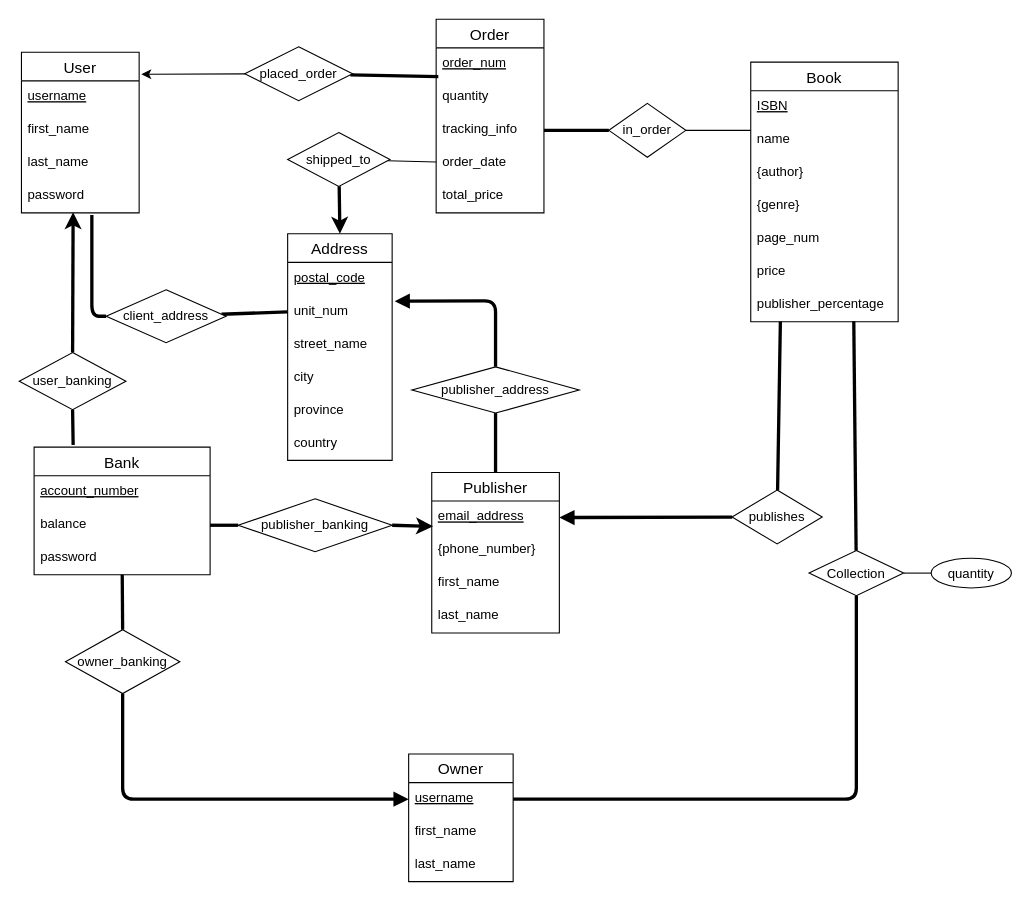
MiniEinsteinD/BookStore keeps this draw.io diagram as Diagrams/2.1 Conceptual Design.drawio. Above is the earlier version. Source tidied: cells renumbered, new cells numbered last; positions are measured from the earlier drawing's top-left corner, leaving out a move shared by most shapes. Both pictures are drawn from the tidied source at 110%, with x=0, y=0 at pixel (19, 19).
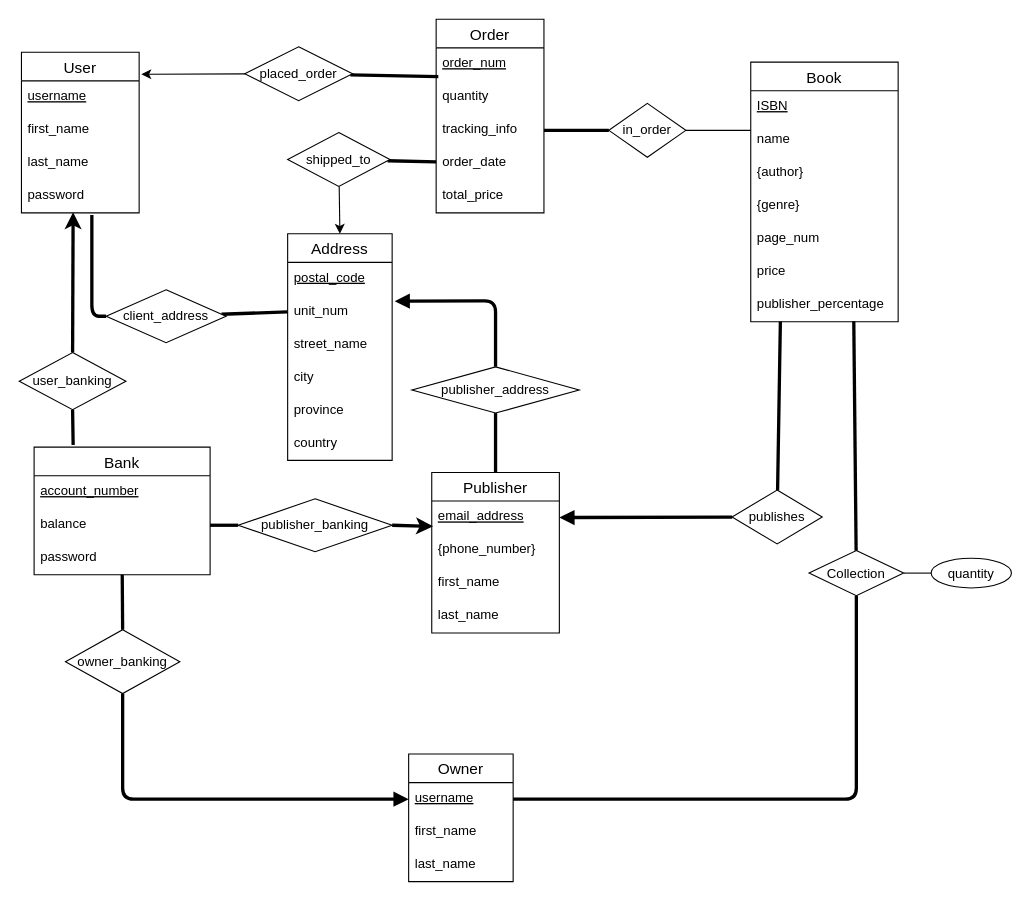
Above is the later version.

Commit message:
sami final er diagram

The change refers to these unchanged cells:
```xml
<mxCell id="27" value="Address" style="swimlane;fontStyle=0;horizontal=1;startSize=26;align=center;fontSize=14;" parent="1" vertex="1">
  <mxGeometry x="244" y="195" width="95" height="206" as="geometry" />
</mxCell>
<mxCell id="62" value="order_date" style="text;strokeColor=none;fillColor=none;spacingLeft=4;spacingRight=4;overflow=hidden;points=[[0,0.5],[1,0.5]];portConstraint=eastwest;fontSize=12;" parent="58" vertex="1">
  <mxGeometry y="116" width="98" height="30" as="geometry" />
</mxCell>
<mxCell id="72" value="shipped_to" style="shape=rhombus;perimeter=rhombusPerimeter;whiteSpace=wrap;html=1;align=center;fontColor=default;" parent="1" vertex="1">
  <mxGeometry x="244" y="103" width="93" height="49" as="geometry" />
</mxCell>
```

The edit, as a diff of the source:
```diff
@@
-    <mxCell id="70" style="edgeStyle=none;html=1;endArrow=none;endFill=0;" parent="1" edge="1" source="72" target="62">
+    <mxCell id="70" style="edgeStyle=none;html=1;endArrow=none;endFill=0;strokeWidth=3;" parent="1" edge="1" source="72" target="62">
       <mxGeometry relative="1" as="geometry" />
     </mxCell>
-    <mxCell id="71" style="edgeStyle=none;html=1;entryX=0.5;entryY=0;entryDx=0;entryDy=0;endArrow=classic;endFill=1;strokeWidth=3;" parent="1" edge="1" source="72" target="27">
+    <mxCell id="71" style="edgeStyle=none;html=1;entryX=0.5;entryY=0;entryDx=0;entryDy=0;endArrow=classic;endFill=1;strokeWidth=1;" parent="1" edge="1" source="72" target="27">
       <mxGeometry relative="1" as="geometry" />
     </mxCell>
```
